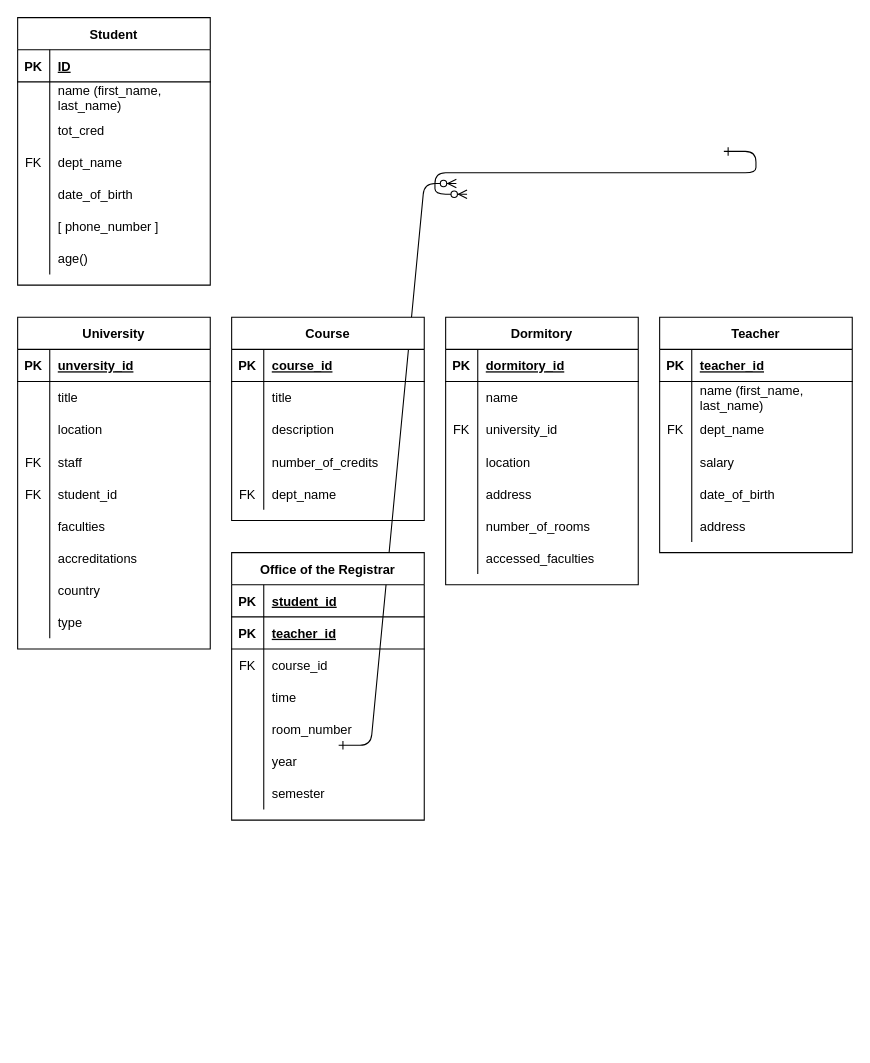
Above: Lab4/task2.drawio in Assylzhan-Izbassar/Databases (draw.io), before the change. Source tidied: cells renumbered, new cells numbered last; positions are measured from the earlier drawing's top-left corner, leaving out a move shared by most shapes. Both pictures are drawn from the tidied source at 107%, with x=0, y=0 at pixel (17, 17).
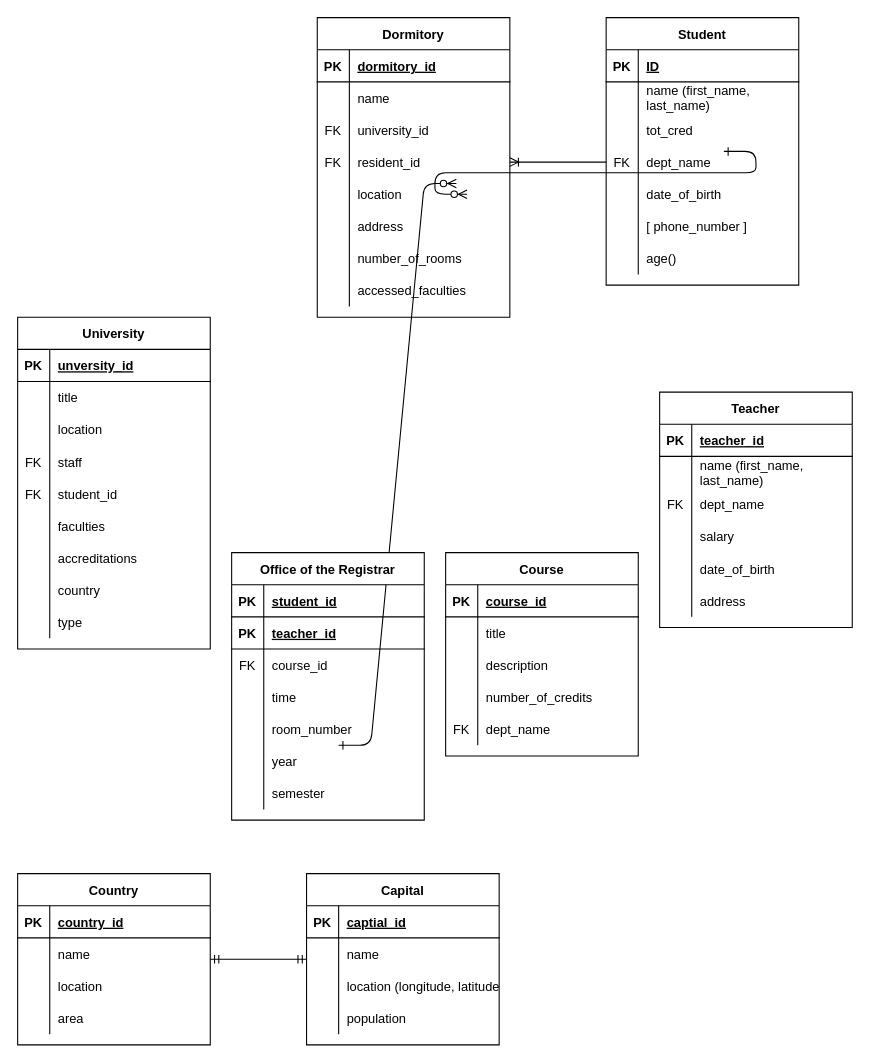
The same page after the edit.

The change refers to these unchanged cells:
```xml
<mxCell id="14" style="shape=partialRectangle;fillColor=none;top=0;left=0;bottom=0;right=0;points=[[0,0.5],[1,0.5]];portConstraint=eastwest;" parent="4" vertex="1">
  <mxGeometry y="120" width="180" height="30" as="geometry" />
</mxCell>
```

What changed in the source:
```diff
@@
     <mxCell id="4" value="Student" style="shape=table;startSize=30;childLayout=tableLayout;rowLines=0;fontStyle=1;align=center;" parent="1" vertex="1">
-      <mxGeometry width="180" height="250" as="geometry" />
+      <mxGeometry x="550" width="180" height="250" as="geometry" />
     </mxCell>
@@
     <mxCell id="26" value="Course" style="shape=table;startSize=30;childLayout=tableLayout;rowLines=0;fontStyle=1;align=center;" parent="1" vertex="1">
-      <mxGeometry x="200" y="280" width="180" height="190" as="geometry" />
+      <mxGeometry x="400" y="500" width="180" height="190" as="geometry" />
     </mxCell>
@@
     <mxCell id="42" value="Teacher" style="shape=table;startSize=30;childLayout=tableLayout;rowLines=0;fontStyle=1;align=center;" parent="1" vertex="1">
-      <mxGeometry x="600" y="280" width="180" height="220" as="geometry" />
+      <mxGeometry x="600" y="350" width="180" height="220" as="geometry" />
     </mxCell>
@@
     <mxCell id="61" value="Dormitory" style="shape=table;startSize=30;childLayout=tableLayout;rowLines=0;fontStyle=1;align=center;" parent="1" vertex="1">
-      <mxGeometry x="400" y="280" width="180" height="250" as="geometry" />
+      <mxGeometry x="280" width="180" height="280" as="geometry" />
     </mxCell>
@@
+    <mxCell id="133" style="shape=partialRectangle;fillColor=none;top=0;left=0;bottom=0;right=0;points=[[0,0.5],[1,0.5]];portConstraint=eastwest;" parent="61" vertex="1">
+      <mxGeometry y="120" width="180" height="30" as="geometry" />
+    </mxCell>
+    <mxCell id="134" value="FK" style="shape=partialRectangle;fillColor=none;top=0;left=0;bottom=0;right=0;overflow=hidden;" parent="133" vertex="1">
+      <mxGeometry width="30" height="30" as="geometry" />
+    </mxCell>
+    <mxCell id="135" value="resident_id" style="shape=partialRectangle;fillColor=none;top=0;left=0;bottom=0;right=0;align=left;spacingLeft=6;overflow=hidden;" parent="133" vertex="1">
+      <mxGeometry x="30" width="150" height="30" as="geometry" />
+    </mxCell>
     <mxCell id="71" style="shape=partialRectangle;fillColor=none;top=0;left=0;bottom=0;right=0;" parent="61" vertex="1">
-      <mxGeometry y="120" width="180" height="30" as="geometry" />
+      <mxGeometry y="150" width="180" height="30" as="geometry" />
     </mxCell>
@@
     <mxCell id="74" style="shape=partialRectangle;fillColor=none;top=0;left=0;bottom=0;right=0;" parent="61" vertex="1">
-      <mxGeometry y="150" width="180" height="30" as="geometry" />
+      <mxGeometry y="180" width="180" height="30" as="geometry" />
     </mxCell>
@@
     <mxCell id="77" style="shape=partialRectangle;fillColor=none;top=0;left=0;bottom=0;right=0;" parent="61" vertex="1">
-      <mxGeometry y="180" width="180" height="30" as="geometry" />
+      <mxGeometry y="210" width="180" height="30" as="geometry" />
     </mxCell>
@@
     <mxCell id="80" style="shape=partialRectangle;fillColor=none;top=0;left=0;bottom=0;right=0;" parent="61" vertex="1">
-      <mxGeometry y="210" width="180" height="30" as="geometry" />
+      <mxGeometry y="240" width="180" height="30" as="geometry" />
     </mxCell>
@@
+    <mxCell id="136" value="Country" style="shape=table;startSize=30;childLayout=tableLayout;rowLines=0;fontStyle=1;align=center;" parent="1" vertex="1">
+      <mxGeometry y="800" width="180" height="160" as="geometry" />
+    </mxCell>
+    <mxCell id="137" style="shape=partialRectangle;fillColor=none;top=0;left=0;bottom=1;right=0;" parent="136" vertex="1">
+      <mxGeometry y="30" width="180" height="30" as="geometry" />
+    </mxCell>
+    <mxCell id="138" value="PK" style="shape=partialRectangle;fillColor=none;top=0;left=0;bottom=0;right=0;fontStyle=1;overflow=hidden;" parent="137" vertex="1">
+      <mxGeometry width="30" height="30" as="geometry" />
+    </mxCell>
+    <mxCell id="139" value="country_id" style="shape=partialRectangle;fillColor=none;top=0;left=0;bottom=0;right=0;align=left;spacingLeft=6;fontStyle=5;overflow=hidden;" parent="137" vertex="1">
+      <mxGeometry x="30" width="150" height="30" as="geometry" />
+    </mxCell>
+    <mxCell id="140" style="shape=partialRectangle;fillColor=none;top=0;left=0;bottom=0;right=0;" parent="136" vertex="1">
+      <mxGeometry y="60" width="180" height="30" as="geometry" />
+    </mxCell>
+    <mxCell id="141" style="shape=partialRectangle;fillColor=none;top=0;left=0;bottom=0;right=0;overflow=hidden;" parent="140" vertex="1">
+      <mxGeometry width="30" height="30" as="geometry" />
+    </mxCell>
+    <mxCell id="142" value="name" style="shape=partialRectangle;fillColor=none;top=0;left=0;bottom=0;right=0;align=left;spacingLeft=6;overflow=hidden;" parent="140" vertex="1">
+      <mxGeometry x="30" width="150" height="30" as="geometry" />
+    </mxCell>
+    <mxCell id="143" style="shape=partialRectangle;fillColor=none;top=0;left=0;bottom=0;right=0;" parent="136" vertex="1">
+      <mxGeometry y="90" width="180" height="30" as="geometry" />
+    </mxCell>
+    <mxCell id="144" style="shape=partialRectangle;fillColor=none;top=0;left=0;bottom=0;right=0;overflow=hidden;" parent="143" vertex="1">
+      <mxGeometry width="30" height="30" as="geometry" />
+    </mxCell>
+    <mxCell id="145" value="location" style="shape=partialRectangle;fillColor=none;top=0;left=0;bottom=0;right=0;align=left;spacingLeft=6;overflow=hidden;" parent="143" vertex="1">
+      <mxGeometry x="30" width="150" height="30" as="geometry" />
+    </mxCell>
+    <mxCell id="146" style="shape=partialRectangle;fillColor=none;top=0;left=0;bottom=0;right=0;" parent="136" vertex="1">
+      <mxGeometry y="120" width="180" height="30" as="geometry" />
+    </mxCell>
+    <mxCell id="147" style="shape=partialRectangle;fillColor=none;top=0;left=0;bottom=0;right=0;overflow=hidden;" parent="146" vertex="1">
+      <mxGeometry width="30" height="30" as="geometry" />
+    </mxCell>
+    <mxCell id="148" value="area" style="shape=partialRectangle;fillColor=none;top=0;left=0;bottom=0;right=0;align=left;spacingLeft=6;overflow=hidden;" parent="146" vertex="1">
+      <mxGeometry x="30" width="150" height="30" as="geometry" />
+    </mxCell>
+    <mxCell id="149" value="Capital" style="shape=table;startSize=30;childLayout=tableLayout;rowLines=0;fontStyle=1;align=center;" parent="1" vertex="1">
+      <mxGeometry x="270" y="800" width="180" height="160" as="geometry" />
+    </mxCell>
+    <mxCell id="150" style="shape=partialRectangle;fillColor=none;top=0;left=0;bottom=1;right=0;" parent="149" vertex="1">
+      <mxGeometry y="30" width="180" height="30" as="geometry" />
+    </mxCell>
+    <mxCell id="151" value="PK" style="shape=partialRectangle;fillColor=none;top=0;left=0;bottom=0;right=0;fontStyle=1;overflow=hidden;" parent="150" vertex="1">
+      <mxGeometry width="30" height="30" as="geometry" />
+    </mxCell>
+    <mxCell id="152" value="captial_id" style="shape=partialRectangle;fillColor=none;top=0;left=0;bottom=0;right=0;align=left;spacingLeft=6;fontStyle=5;overflow=hidden;" parent="150" vertex="1">
+      <mxGeometry x="30" width="150" height="30" as="geometry" />
+    </mxCell>
+    <mxCell id="153" style="shape=partialRectangle;fillColor=none;top=0;left=0;bottom=0;right=0;" parent="149" vertex="1">
+      <mxGeometry y="60" width="180" height="30" as="geometry" />
+    </mxCell>
+    <mxCell id="154" style="shape=partialRectangle;fillColor=none;top=0;left=0;bottom=0;right=0;overflow=hidden;" parent="153" vertex="1">
+      <mxGeometry width="30" height="30" as="geometry" />
+    </mxCell>
+    <mxCell id="155" value="name" style="shape=partialRectangle;fillColor=none;top=0;left=0;bottom=0;right=0;align=left;spacingLeft=6;overflow=hidden;" parent="153" vertex="1">
+      <mxGeometry x="30" width="150" height="30" as="geometry" />
+    </mxCell>
+    <mxCell id="156" style="shape=partialRectangle;fillColor=none;top=0;left=0;bottom=0;right=0;" parent="149" vertex="1">
+      <mxGeometry y="90" width="180" height="30" as="geometry" />
+    </mxCell>
+    <mxCell id="157" style="shape=partialRectangle;fillColor=none;top=0;left=0;bottom=0;right=0;overflow=hidden;" parent="156" vertex="1">
+      <mxGeometry width="30" height="30" as="geometry" />
+    </mxCell>
+    <mxCell id="158" value="location (longitude, latitude)" style="shape=partialRectangle;fillColor=none;top=0;left=0;bottom=0;right=0;align=left;spacingLeft=6;overflow=hidden;" parent="156" vertex="1">
+      <mxGeometry x="30" width="150" height="30" as="geometry" />
+    </mxCell>
+    <mxCell id="159" style="shape=partialRectangle;fillColor=none;top=0;left=0;bottom=0;right=0;" parent="149" vertex="1">
+      <mxGeometry y="120" width="180" height="30" as="geometry" />
+    </mxCell>
+    <mxCell id="160" style="shape=partialRectangle;fillColor=none;top=0;left=0;bottom=0;right=0;overflow=hidden;" parent="159" vertex="1">
+      <mxGeometry width="30" height="30" as="geometry" />
+    </mxCell>
+    <mxCell id="161" value="population" style="shape=partialRectangle;fillColor=none;top=0;left=0;bottom=0;right=0;align=left;spacingLeft=6;overflow=hidden;" parent="159" vertex="1">
+      <mxGeometry x="30" width="150" height="30" as="geometry" />
+    </mxCell>
+    <mxCell id="162" style="edgeStyle=entityRelationEdgeStyle;fontSize=12;html=1;endArrow=ERmandOne;startArrow=ERmandOne;rounded=0;" parent="1" edge="1">
+      <mxGeometry relative="1" as="geometry">
+        <mxPoint x="180" y="880" as="sourcePoint" />
+        <mxPoint x="270" y="880" as="targetPoint" />
+      </mxGeometry>
+    </mxCell>
+    <mxCell id="163" style="edgeStyle=entityRelationEdgeStyle;fontSize=12;html=1;endArrow=ERoneToMany;rounded=0;exitX=0;exitY=0.5;exitDx=0;exitDy=0;" parent="1" edge="1" source="14" target="133">
+      <mxGeometry relative="1" as="geometry" />
+    </mxCell>
```
